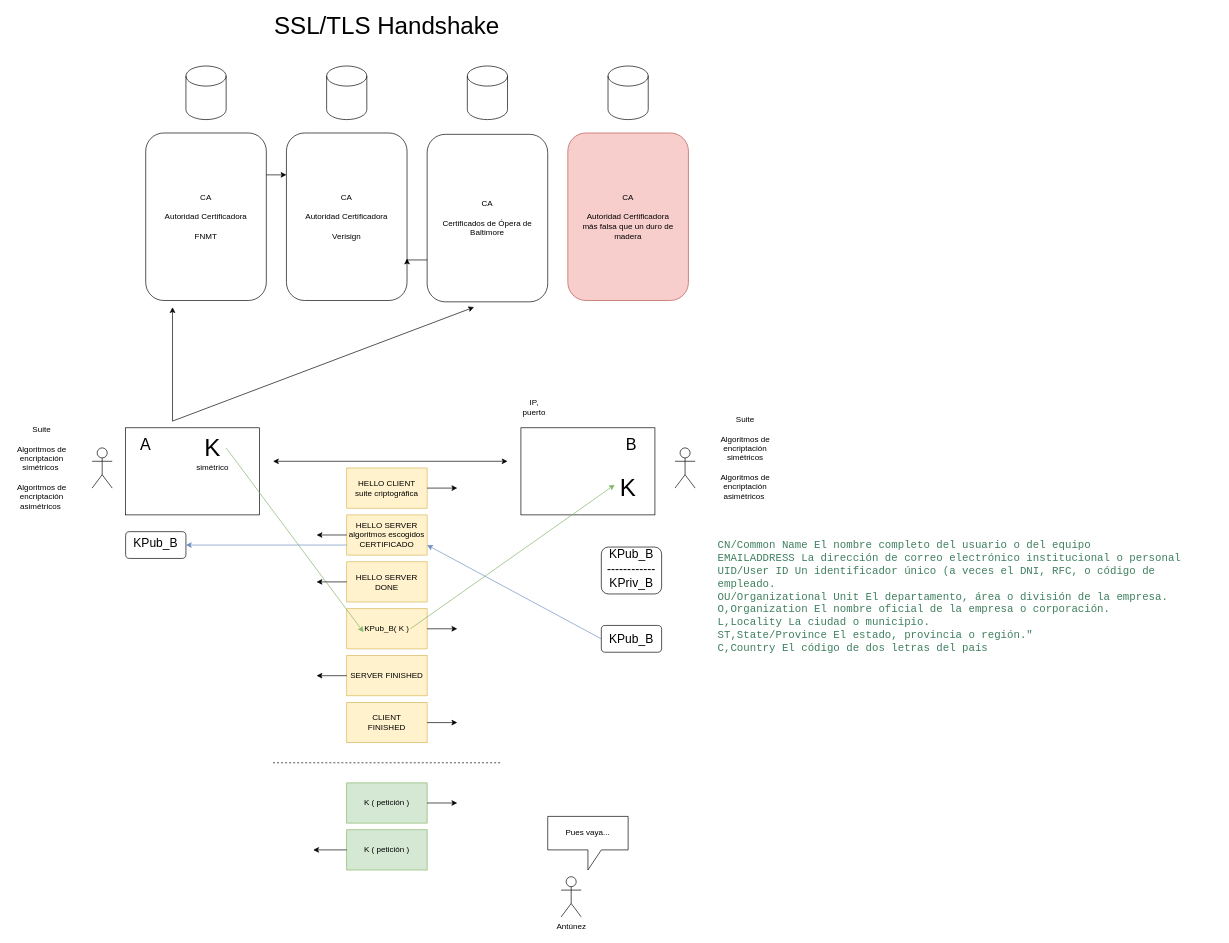
Above: page "Página-18" (15 of 32) of seguridad.drawio in lrag/seguridad_java (draw.io), before the change. Source tidied: cells renumbered, new cells numbered last; positions are measured from the earlier drawing's top-left corner, leaving out a move shared by most shapes. Both pictures are drawn from the tidied source at 67%, with x=0, y=0 at pixel (11, 19).
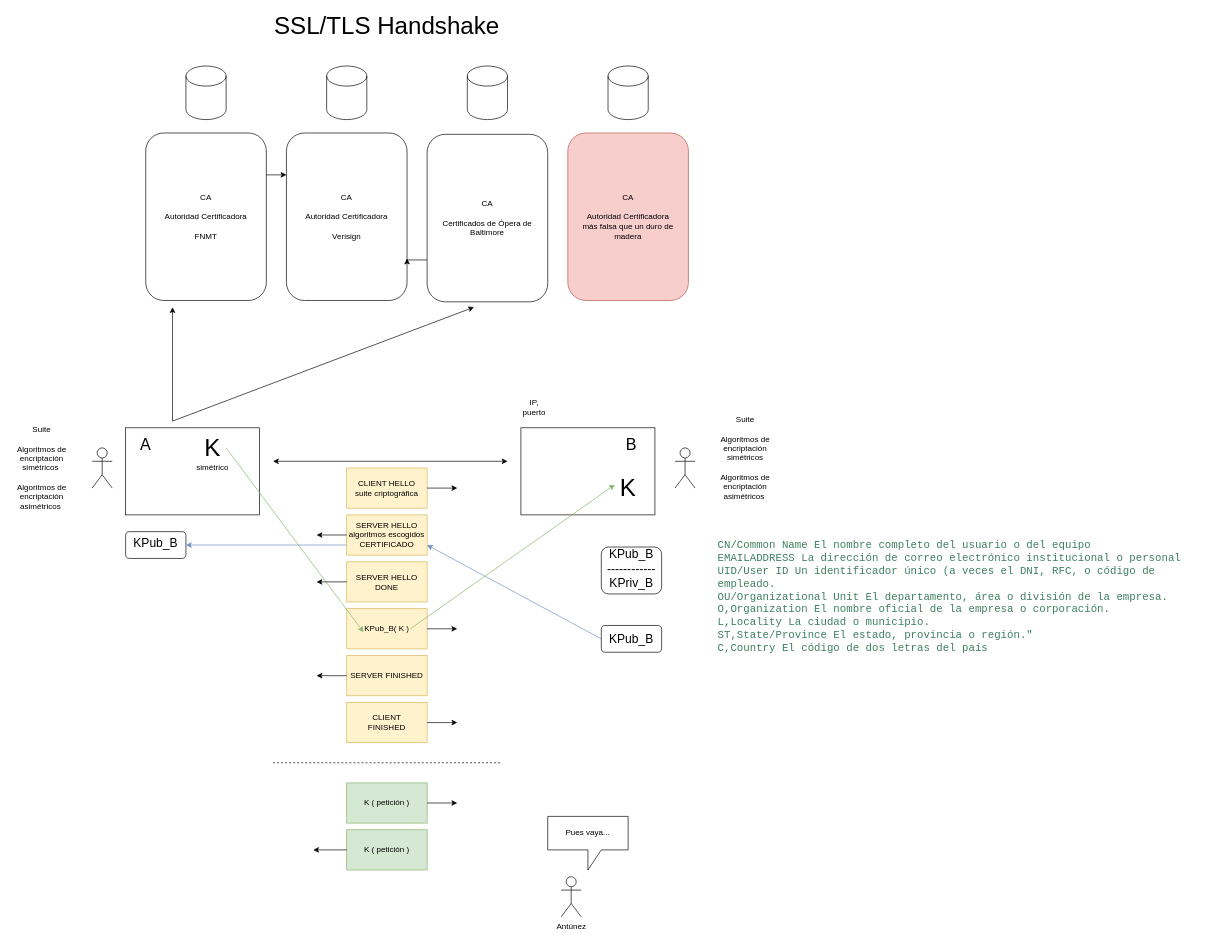
After the change.

Diff of the diagram source:
```diff
@@
-    <mxCell id="9" value="HELLO CLIENT&lt;br&gt;suite criptográfica" style="rounded=0;whiteSpace=wrap;html=1;fillColor=#fff2cc;strokeColor=#d6b656;" parent="1" vertex="1">
+    <mxCell id="9" value="CLIENT HELLO&lt;br&gt;suite criptográfica" style="rounded=0;whiteSpace=wrap;html=1;fillColor=#fff2cc;strokeColor=#d6b656;" parent="1" vertex="1">
       <mxGeometry x="500" y="670" width="120" height="60" as="geometry" />
     </mxCell>
@@
-    <mxCell id="11" value="HELLO SERVER&lt;br&gt;algoritmos escogidos&lt;br&gt;CERTIFICADO" style="rounded=0;whiteSpace=wrap;html=1;fillColor=#fff2cc;strokeColor=#d6b656;" parent="1" vertex="1">
+    <mxCell id="11" value="SERVER HELLO&lt;br&gt;algoritmos escogidos&lt;br&gt;CERTIFICADO" style="rounded=0;whiteSpace=wrap;html=1;fillColor=#fff2cc;strokeColor=#d6b656;" parent="1" vertex="1">
       <mxGeometry x="500" y="740" width="120" height="60" as="geometry" />
     </mxCell>
@@
-    <mxCell id="57" value="HELLO SERVER&lt;br&gt;DONE" style="rounded=0;whiteSpace=wrap;html=1;fillColor=#fff2cc;strokeColor=#d6b656;" parent="1" vertex="1">
+    <mxCell id="57" value="SERVER HELLO&lt;br&gt;DONE" style="rounded=0;whiteSpace=wrap;html=1;fillColor=#fff2cc;strokeColor=#d6b656;" parent="1" vertex="1">
       <mxGeometry x="500" y="810" width="120" height="60" as="geometry" />
     </mxCell>
```
